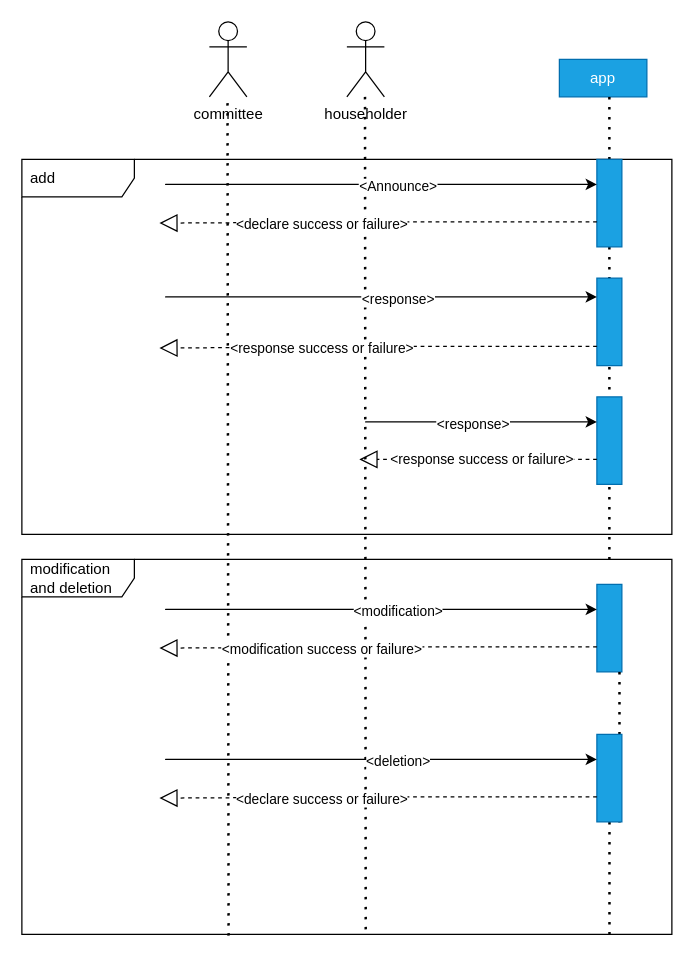
wyj8912/111-2HW4 keeps this draw.io diagram as answer.drawio. Above is the earlier version. Source tidied: cells renumbered, new cells numbered last; positions are measured from the earlier drawing's top-left corner, leaving out a move shared by most shapes. Both pictures are drawn from the tidied source at 125%, with x=0, y=0 at pixel (21, 21).
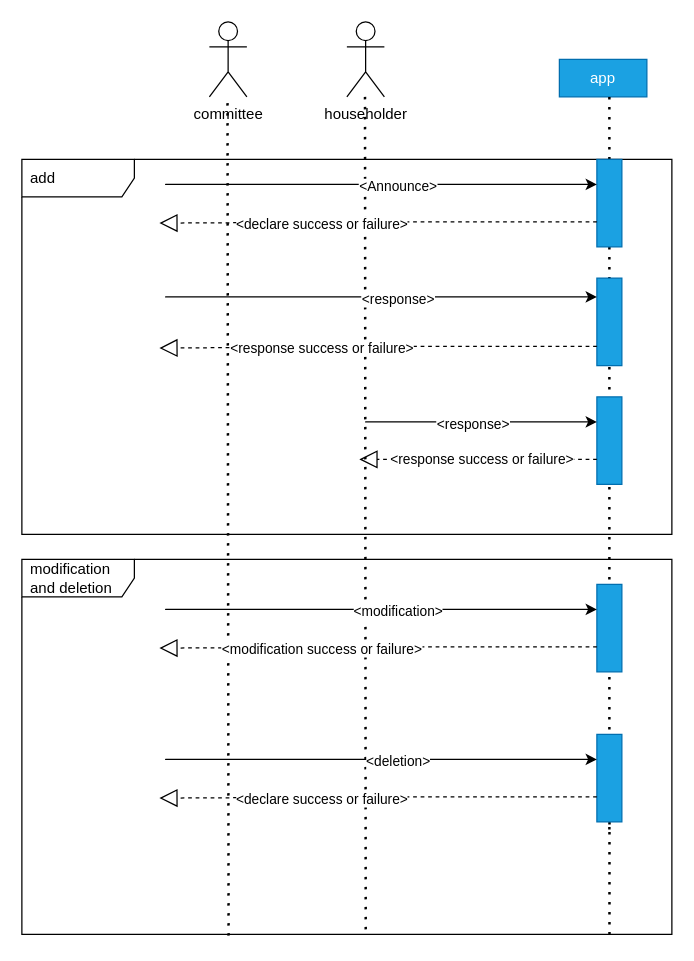
Above is the later version.

The change refers to these unchanged cells:
```xml
<mxCell id="10" style="html=1;points=[];perimeter=orthogonalPerimeter;fillColor=#1ba1e2;fontColor=#ffffff;strokeColor=#006EAF;" parent="1" vertex="1">
  <mxGeometry x="460" y="110" width="20" height="70" as="geometry" />
</mxCell>
<mxCell id="27" style="html=1;points=[];perimeter=orthogonalPerimeter;fillColor=#1ba1e2;fontColor=#ffffff;strokeColor=#006EAF;" parent="1" vertex="1">
  <mxGeometry x="460" y="450" width="20" height="70" as="geometry" />
</mxCell>
<mxCell id="33" style="html=1;points=[];perimeter=orthogonalPerimeter;fillColor=#1ba1e2;fontColor=#ffffff;strokeColor=#006EAF;" parent="1" vertex="1">
  <mxGeometry x="460" y="570" width="20" height="70" as="geometry" />
</mxCell>
```

Diff of the diagram source:
```diff
@@
     <mxCell id="8" style="endArrow=none;dashed=1;html=1;dashPattern=1 3;strokeWidth=2;startArrow=none;" parent="1" edge="1" source="10">
       <mxGeometry relative="1" as="geometry">
-        <mxPoint x="470" y="430" as="targetPoint" />
+        <mxPoint x="470" y="650" as="targetPoint" />
       </mxGeometry>
     </mxCell>
@@
-    <mxCell id="32" style="endArrow=none;dashed=1;html=1;dashPattern=1 3;strokeWidth=2;startArrow=none;entryX=0.904;entryY=1.008;entryDx=0;entryDy=0;entryPerimeter=0;" parent="1" edge="1" source="27" target="33">
-      <mxGeometry relative="1" as="geometry" />
-    </mxCell>
```
